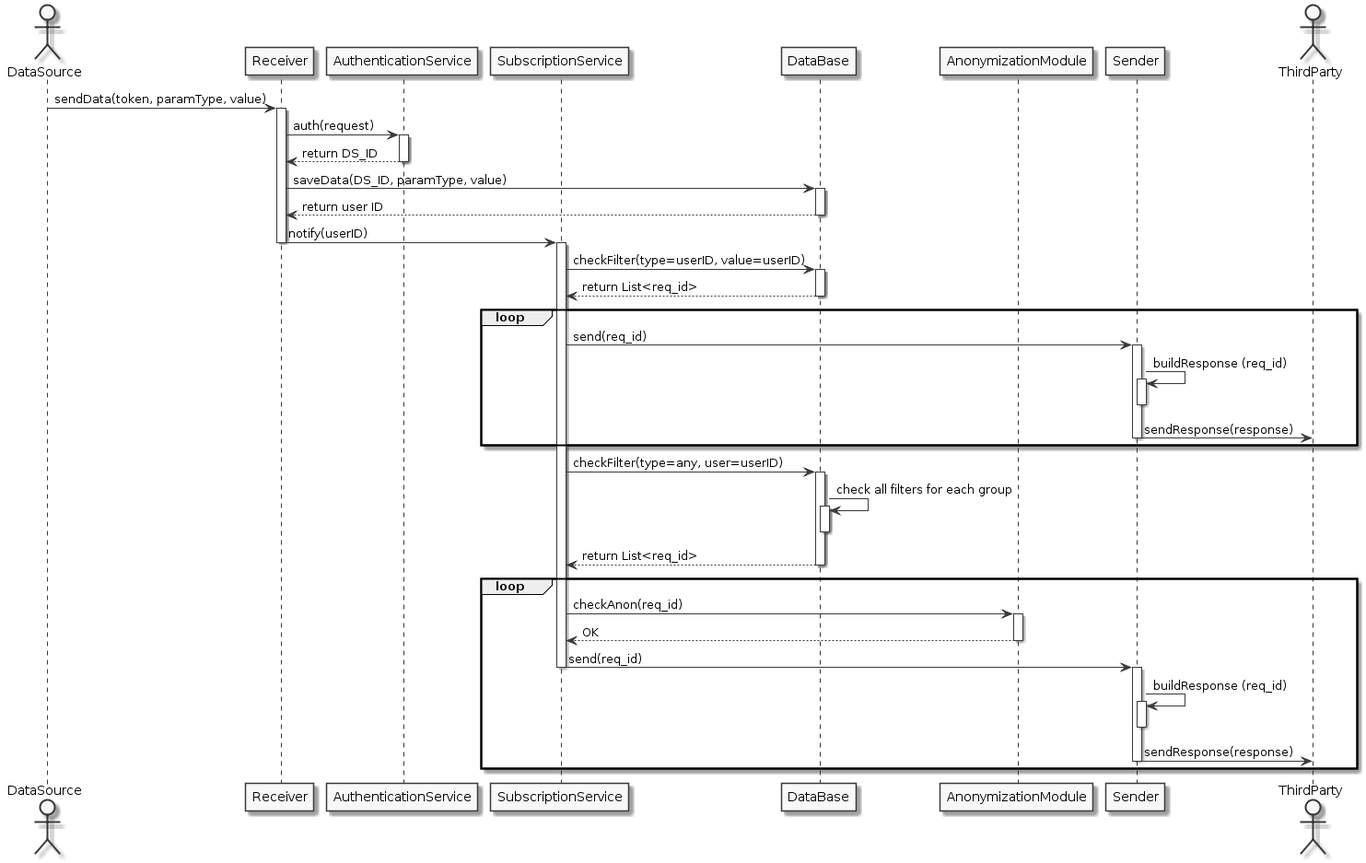
AlviseDeFaveri/BiscontiniDeFaveriGelli keeps this PlantUML diagram as DD/images/newdata_seq.png. Above is the earlier version.
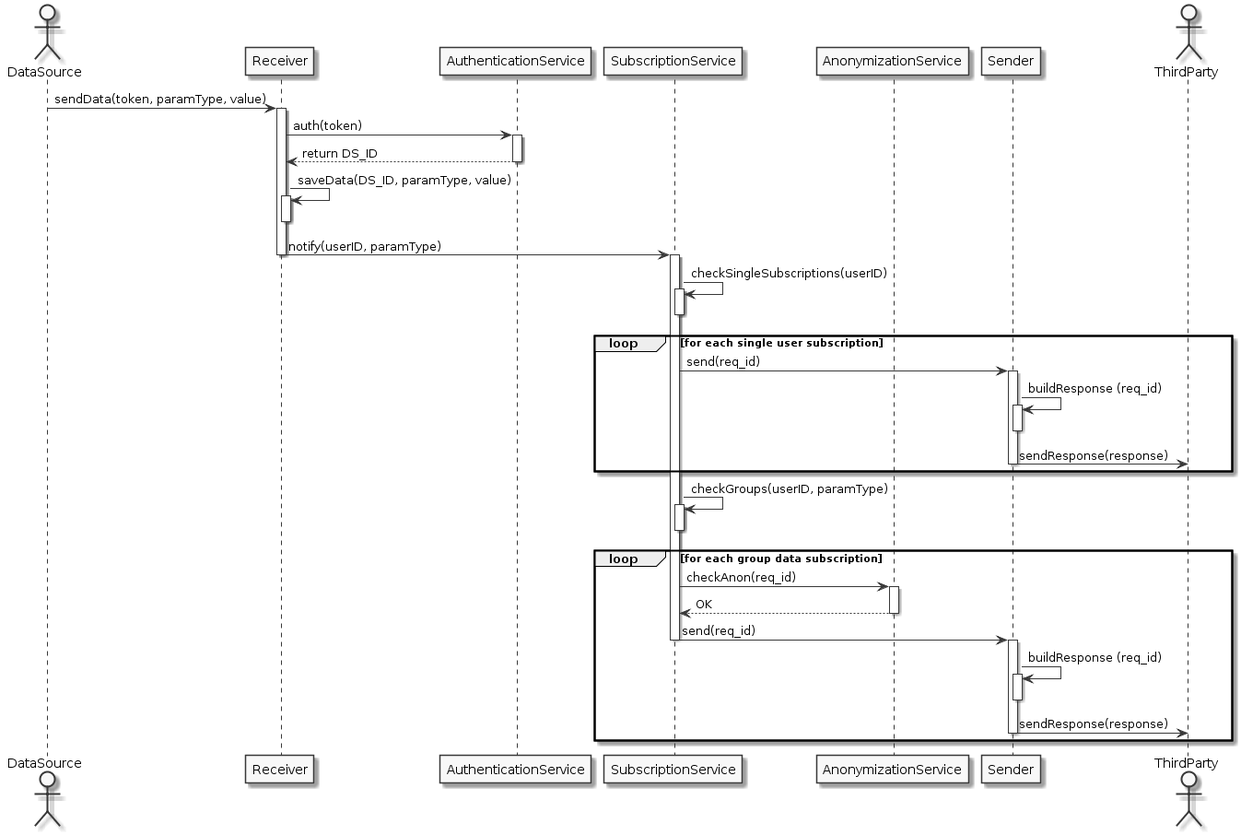
Above is the later version.

The edit, as a diff of the source:
```diff
@@ -4,31 +4,28 @@
 participant Receiver as RCV
 participant AuthenticationService as AUTH
 participant SubscriptionService as SUB
-participant DataBase as DB
-participant AnonymizationModule as ANON
+participant AnonymizationService as ANON
 participant Sender as SND
 actor ThirdParty as TP
 
 DS -> RCV  : sendData(token, paramType, value)
 activate RCV
-RCV -> AUTH : auth(request)
+RCV -> AUTH : auth(token)
 activate AUTH
 AUTH --> RCV : return DS_ID
 deactivate AUTH
-RCV -> DB : saveData(DS_ID, paramType, value)
-activate DB
-DB --> RCV: return user ID
-deactivate DB
-RCV -> SUB: notify(userID)
+RCV -> RCV : saveData(DS_ID, paramType, value)
+activate RCV
+deactivate RCV
+RCV -> SUB: notify(userID, paramType)
 deactivate RCV
 activate SUB
 
-SUB -> DB: checkFilter(type=userID, value=userID)
-activate DB
-DB --> SUB: return List<req_id>
-deactivate DB
+SUB -> SUB: checkSingleSubscriptions(userID)
+activate SUB
+deactivate SUB
 
-loop
+loop for each single user subscription
 SUB -> SND: send(req_id)
 activate SND
 SND -> SND : buildResponse (req_id)
@@ -38,15 +35,11 @@
 deactivate SND
 end loop
 
-SUB -> DB: checkFilter(type=any, user=userID)
-activate DB
-DB -> DB : check all filters for each group
-activate DB
-deactivate DB
-DB --> SUB: return List<req_id>
-deactivate DB
+SUB -> SUB: checkGroups(userID, paramType)
+activate SUB
+deactivate SUB
 
-loop
+loop for each group data subscription
 SUB -> ANON : checkAnon(req_id)
 activate ANON
 ANON --> SUB : OK
```
